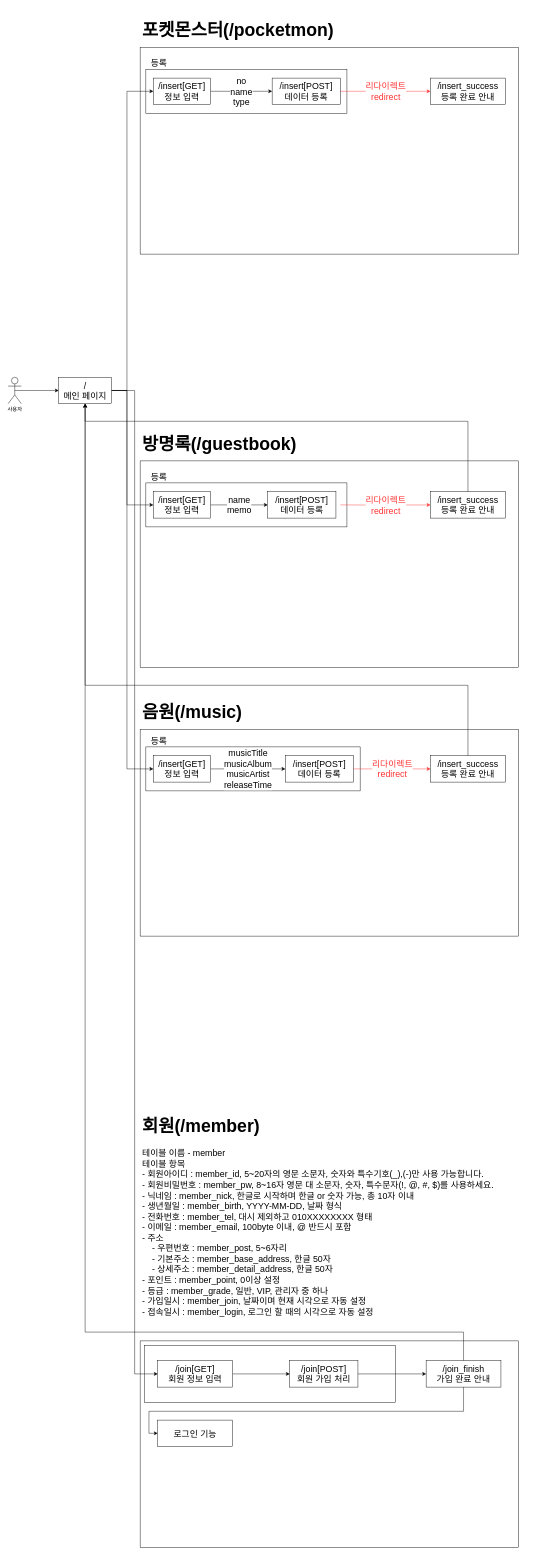
This is page "Flow" (1 of 2) of springhome/springhome.drawio from Luverduck/kh10, a draw.io file, before an edit. Source tidied: cells renumbered, new cells numbered last; positions are measured from the earlier drawing's top-left corner, leaving out a move shared by most shapes. Both pictures are drawn from the tidied source at 44%, with x=0, y=0 at pixel (8, 12).
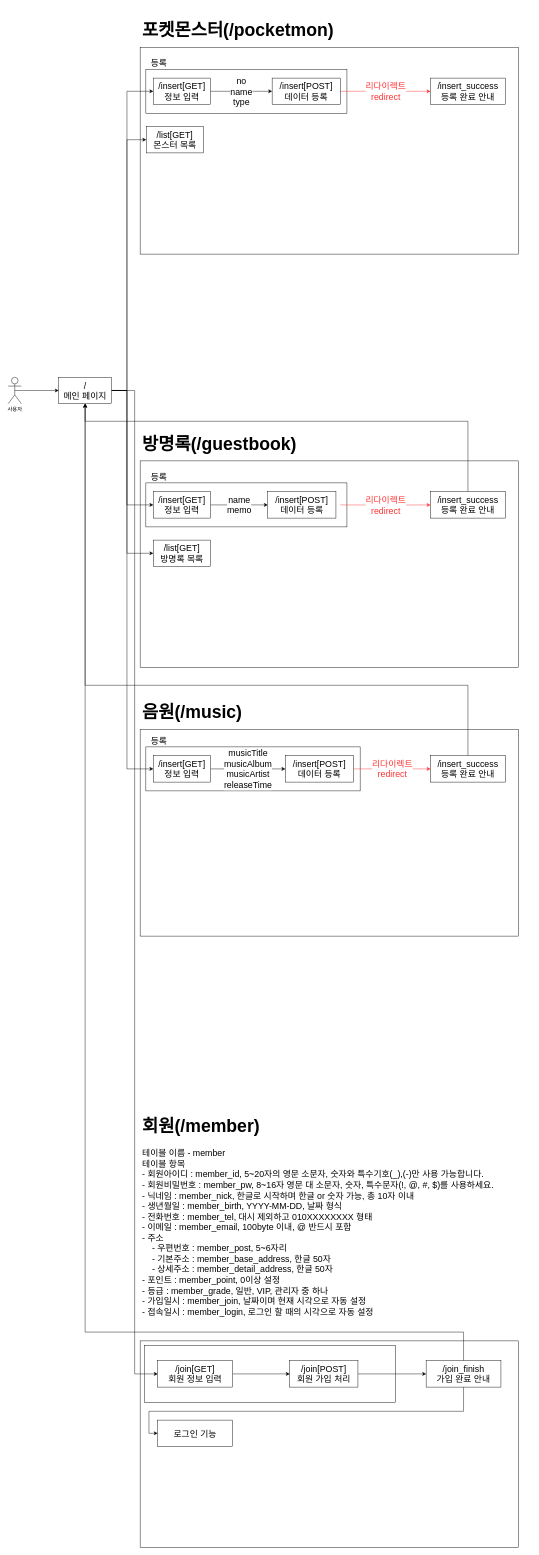
Above is the later version.

The change refers to these unchanged cells:
```xml
<mxCell id="15" value="/&lt;br&gt;메인 페이지" style="rounded=0;whiteSpace=wrap;html=1;fontSize=20;" parent="1" vertex="1">
  <mxGeometry x="115" y="830" width="120" height="60" as="geometry" />
</mxCell>
```

Diff of the diagram source:
```diff
@@
+    <mxCell id="49" style="edgeStyle=orthogonalEdgeStyle;rounded=0;jettySize=auto;html=1;entryX=0;entryY=0.5;entryDx=0;entryDy=0;" parent="1" edge="1" source="15" target="51">
+      <mxGeometry relative="1" as="geometry">
+        <Array as="points">
+          <mxPoint x="270" y="860" />
+          <mxPoint x="270" y="290" />
+        </Array>
+      </mxGeometry>
+    </mxCell>
+    <mxCell id="50" style="edgeStyle=orthogonalEdgeStyle;rounded=0;jettySize=auto;html=1;entryX=0;entryY=0.5;entryDx=0;entryDy=0;" parent="1" edge="1" source="15" target="52">
+      <mxGeometry relative="1" as="geometry">
+        <Array as="points">
+          <mxPoint x="270" y="860" />
+          <mxPoint x="270" y="1230" />
+        </Array>
+      </mxGeometry>
+    </mxCell>
@@
+    <mxCell id="51" value="/list[GET]&lt;br&gt;몬스터 목록" style="rounded=0;whiteSpace=wrap;html=1;fontSize=20;" parent="1" vertex="1">
+      <mxGeometry x="314" y="260" width="130" height="60" as="geometry" />
+    </mxCell>
+    <mxCell id="52" value="/list[GET]&lt;br&gt;방명록 목록" style="rounded=0;whiteSpace=wrap;html=1;fontSize=20;" parent="1" vertex="1">
+      <mxGeometry x="330" y="1200" width="130" height="60" as="geometry" />
+    </mxCell>
```
